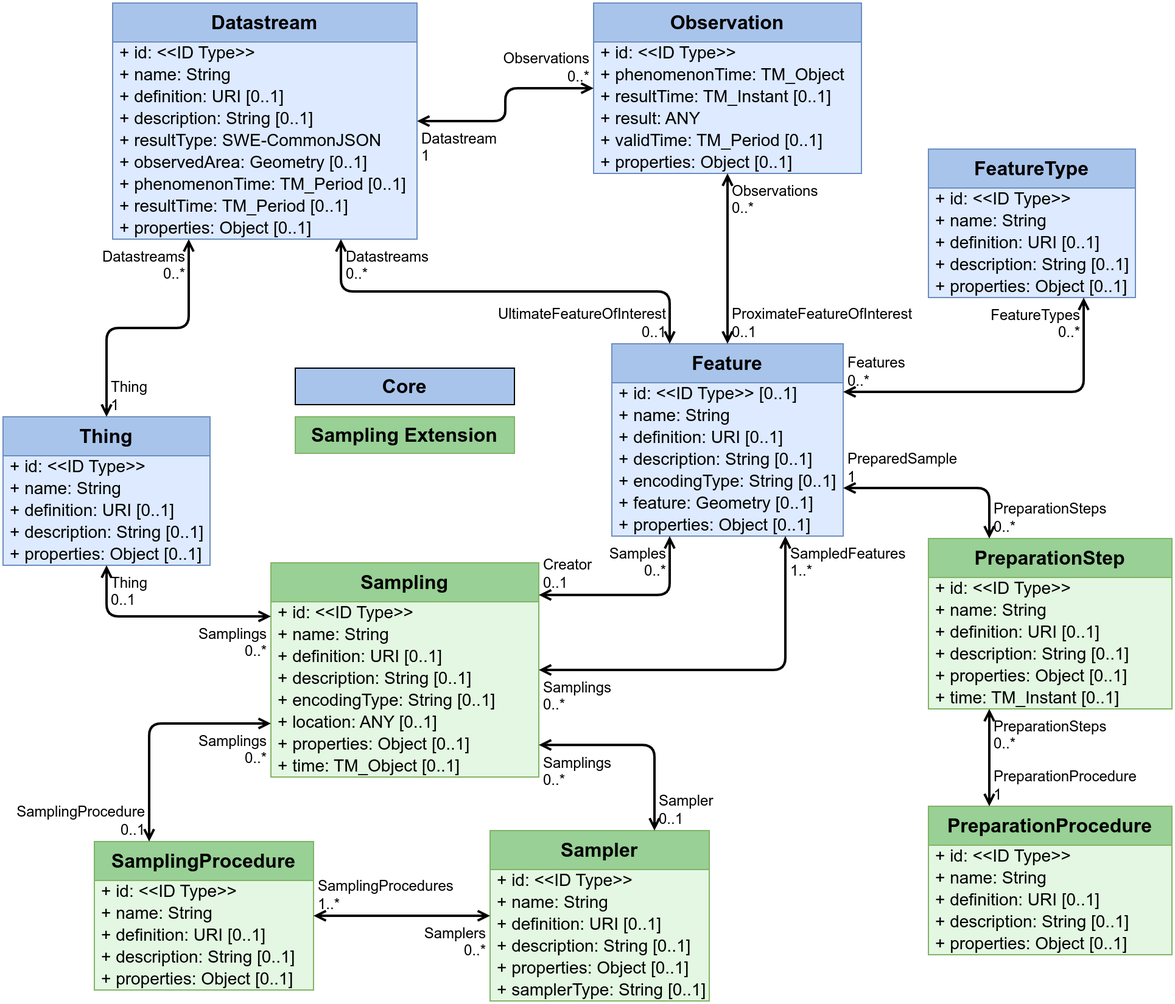
The draw.io diagram figures/Datamodel-SensorThingsApi-V2-Sampling.drawio.png in opengeospatial/sensorthings, before a commit. Source tidied: cells renumbered, new cells last; positions are measured from the earlier drawing's top-left corner, leaving out a move shared by most shapes.
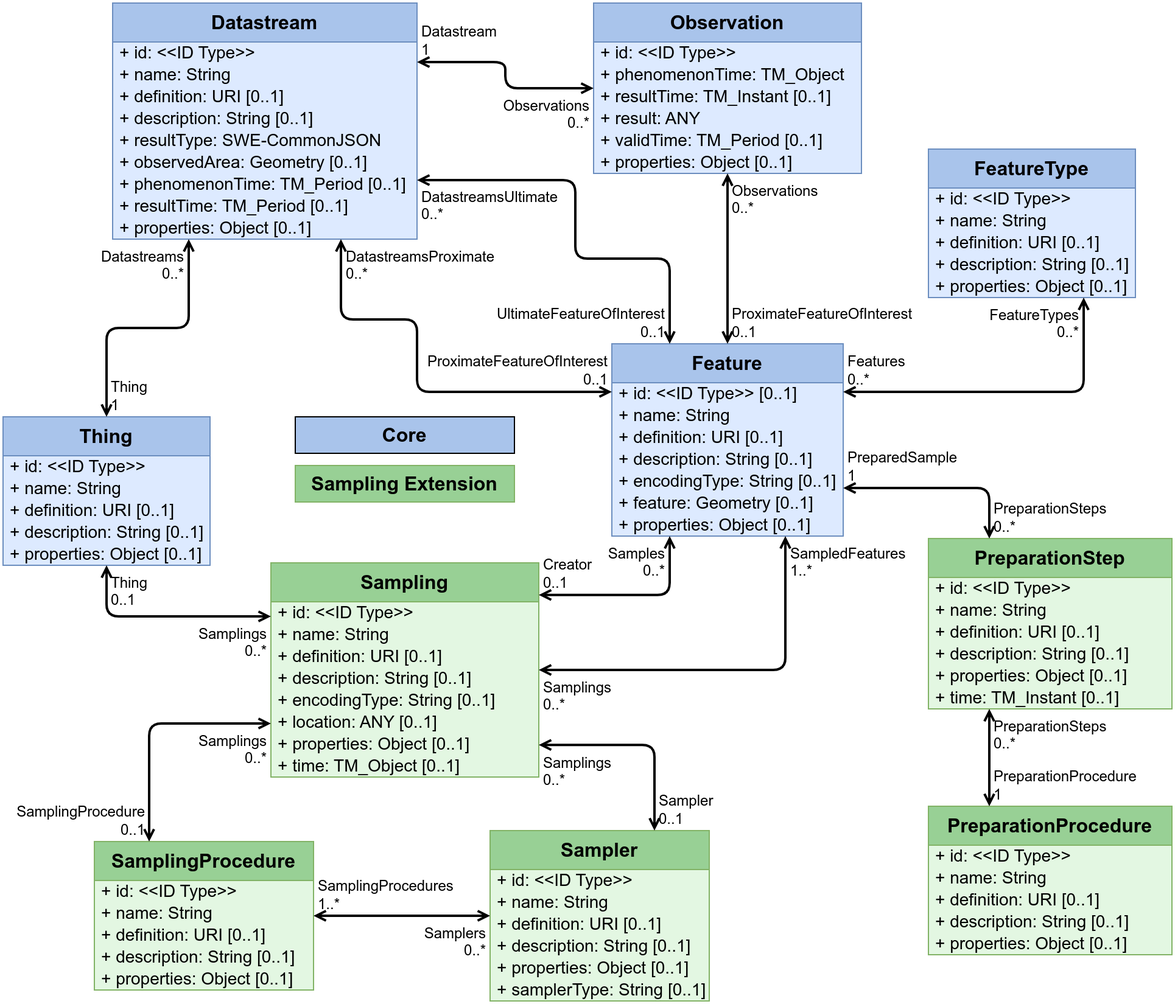
Later version of the same file.

Commit message:
Updated images with changed Datastream - Feature relations

Change to the diagram source:
```diff
@@ -249,10 +249,10 @@
       <mxGeometry x="1" relative="1" as="geometry" />
     </mxCell>
     <mxCell id="84" value="Core" style="rounded=0;whiteSpace=wrap;html=1;labelBackgroundColor=none;fillColor=#A9C4EB;strokeColor=default;fontStyle=1;fontSize=16;" parent="1" vertex="1">
-      <mxGeometry x="240" y="300" width="180" height="30" as="geometry" />
+      <mxGeometry x="240" y="340" width="180" height="30" as="geometry" />
     </mxCell>
     <mxCell id="85" value="Sampling Extension" style="rounded=0;whiteSpace=wrap;html=1;labelBackgroundColor=none;fillColor=#98D095;strokeColor=#82b366;fontStyle=1;startSize=32;fontSize=16;swimlaneFillColor=#E3F7E2;" parent="1" vertex="1">
-      <mxGeometry x="240" y="340" width="180" height="30" as="geometry" />
+      <mxGeometry x="240" y="380" width="180" height="30" as="geometry" />
     </mxCell>
     <mxCell id="86" value="Datastream" style="swimlane;fontStyle=1;horizontal=1;startSize=32;fontSize=16;whiteSpace=wrap;html=1;fillColor=#A9C4EB;strokeColor=#6c8ebf;swimlaneFillColor=#DDEAFF;verticalAlign=top;" parent="1" vertex="1">
       <mxGeometry x="90" width="250" height="194" as="geometry" />
@@ -284,13 +284,19 @@
     <mxCell id="95" value="+ properties: Object&amp;nbsp;[0..1]" style="text;strokeColor=none;fillColor=none;align=left;verticalAlign=middle;spacingLeft=4;spacingRight=4;overflow=visible;html=1;fontSize=14;" parent="86" vertex="1">
       <mxGeometry y="176" width="250" height="18" as="geometry" />
     </mxCell>
-    <mxCell id="96" style="endArrow=open;startArrow=open;html=1;rounded=1;exitX=0.25;exitY=0;exitDx=0;exitDy=0;edgeStyle=orthogonalEdgeStyle;entryX=0.75;entryY=1;entryDx=0;entryDy=0;curved=0;strokeWidth=2;startFill=0;endFill=0;" parent="1" edge="1" source="2" target="86">
-      <mxGeometry relative="1" as="geometry" />
+    <mxCell id="96" style="endArrow=open;startArrow=open;html=1;rounded=1;exitX=0.25;exitY=0;exitDx=0;exitDy=0;edgeStyle=orthogonalEdgeStyle;entryX=1;entryY=0.75;entryDx=0;entryDy=0;curved=0;strokeWidth=2;startFill=0;endFill=0;" parent="1" edge="1" source="2" target="86">
+      <mxGeometry relative="1" as="geometry">
+        <Array as="points">
+          <mxPoint x="548" y="210" />
+          <mxPoint x="470" y="210" />
+          <mxPoint x="470" y="146" />
+        </Array>
+      </mxGeometry>
     </mxCell>
     <mxCell id="97" value="UltimateFeatureOfInterest&lt;br&gt;0..1" style="edgeLabel;html=1;align=right;verticalAlign=bottom;labelBackgroundColor=none;fontSize=12;spacingLeft=1;spacing=3;spacingRight=2;" parent="96" vertex="1">
       <mxGeometry x="-1" relative="1" as="geometry" />
     </mxCell>
-    <mxCell id="98" value="Datastreams&lt;br&gt;0..*" style="edgeLabel;html=1;align=left;verticalAlign=top;labelBackgroundColor=none;fontSize=12;spacingLeft=1;spacing=3;spacingRight=2;fontColor=default;" parent="96" vertex="1">
+    <mxCell id="98" value="DatastreamsUltimate&lt;br&gt;0..*" style="edgeLabel;html=1;align=left;verticalAlign=top;labelBackgroundColor=none;fontSize=12;spacingLeft=1;spacing=3;spacingRight=2;fontColor=default;" parent="96" vertex="1">
       <mxGeometry x="1" relative="1" as="geometry" />
     </mxCell>
     <mxCell id="99" value="Observation" style="swimlane;fontStyle=1;horizontal=1;startSize=32;fontSize=16;whiteSpace=wrap;html=1;fillColor=#A9C4EB;strokeColor=#6c8ebf;swimlaneFillColor=#DDEAFF;verticalAlign=top;" parent="1" vertex="1">
@@ -314,13 +320,13 @@
     <mxCell id="105" value="+ properties: Object&amp;nbsp;[0..1]" style="text;strokeColor=none;fillColor=none;align=left;verticalAlign=middle;spacingLeft=4;spacingRight=4;overflow=visible;html=1;fontSize=14;" parent="99" vertex="1">
       <mxGeometry y="122" width="220" height="18" as="geometry" />
     </mxCell>
-    <mxCell id="106" style="endArrow=open;startArrow=open;html=1;rounded=1;exitX=0;exitY=0.5;exitDx=0;exitDy=0;entryX=1;entryY=0.5;entryDx=0;entryDy=0;edgeStyle=orthogonalEdgeStyle;strokeWidth=2;curved=0;startFill=0;endFill=0;" parent="1" edge="1" source="99" target="86">
+    <mxCell id="106" style="endArrow=open;startArrow=open;html=1;rounded=1;exitX=0;exitY=0.5;exitDx=0;exitDy=0;entryX=1;entryY=0.25;entryDx=0;entryDy=0;edgeStyle=orthogonalEdgeStyle;strokeWidth=2;curved=0;startFill=0;endFill=0;" parent="1" edge="1" source="99" target="86">
       <mxGeometry relative="1" as="geometry" />
     </mxCell>
-    <mxCell id="107" value="Observations&lt;br&gt;0..*" style="edgeLabel;html=1;align=right;verticalAlign=bottom;labelBackgroundColor=none;fontSize=12;spacingLeft=1;spacing=3;spacingRight=2;" parent="106" vertex="1">
+    <mxCell id="107" value="Observations&lt;br&gt;0..*" style="edgeLabel;html=1;align=right;verticalAlign=top;labelBackgroundColor=none;fontSize=12;spacingLeft=1;spacing=3;spacingRight=2;" parent="106" vertex="1">
       <mxGeometry x="-1" relative="1" as="geometry" />
     </mxCell>
-    <mxCell id="108" value="Datastream&lt;br&gt;1" style="edgeLabel;html=1;align=left;verticalAlign=top;labelBackgroundColor=none;fontSize=12;spacingLeft=1;spacing=3;spacingRight=2;" parent="106" vertex="1">
+    <mxCell id="108" value="Datastream&lt;br&gt;1" style="edgeLabel;html=1;align=left;verticalAlign=bottom;labelBackgroundColor=none;fontSize=12;spacingLeft=1;spacing=3;spacingRight=2;" parent="106" vertex="1">
       <mxGeometry x="1" relative="1" as="geometry" />
     </mxCell>
     <mxCell id="109" style="endArrow=open;startArrow=open;html=1;rounded=1;exitX=0.5;exitY=1;exitDx=0;exitDy=0;edgeStyle=orthogonalEdgeStyle;curved=0;strokeWidth=2;startFill=0;endFill=0;" parent="1" edge="1" source="99" target="2">
@@ -341,5 +347,20 @@
     <mxCell id="114" value="Datastreams&lt;br&gt;0..*" style="edgeLabel;html=1;align=right;verticalAlign=top;labelBackgroundColor=none;fontSize=12;spacingLeft=1;spacing=3;spacingRight=2;" parent="112" vertex="1">
       <mxGeometry x="1" relative="1" as="geometry" />
     </mxCell>
+    <mxCell id="115" style="endArrow=open;startArrow=open;html=1;rounded=1;exitX=0;exitY=0.25;exitDx=0;exitDy=0;edgeStyle=orthogonalEdgeStyle;entryX=0.75;entryY=1;entryDx=0;entryDy=0;curved=0;strokeWidth=2;startFill=0;endFill=0;" parent="1" edge="1" source="2" target="86">
+      <mxGeometry relative="1" as="geometry">
+        <Array as="points">
+          <mxPoint x="340" y="320" />
+          <mxPoint x="340" y="260" />
+          <mxPoint x="278" y="260" />
+        </Array>
+      </mxGeometry>
+    </mxCell>
+    <mxCell id="116" value="ProximateFeatureOfInterest&lt;br&gt;0..1" style="edgeLabel;html=1;align=right;verticalAlign=bottom;labelBackgroundColor=none;fontSize=12;spacingLeft=1;spacing=3;spacingRight=2;" parent="115" vertex="1">
+      <mxGeometry x="-1" relative="1" as="geometry" />
+    </mxCell>
+    <mxCell id="117" value="DatastreamsProximate&lt;br&gt;0..*" style="edgeLabel;html=1;align=left;verticalAlign=top;labelBackgroundColor=none;fontSize=12;spacingLeft=1;spacing=3;spacingRight=2;fontColor=default;" parent="115" vertex="1">
+      <mxGeometry x="1" relative="1" as="geometry" />
+    </mxCell>
   </root>
 </mxGraphModel>
```
